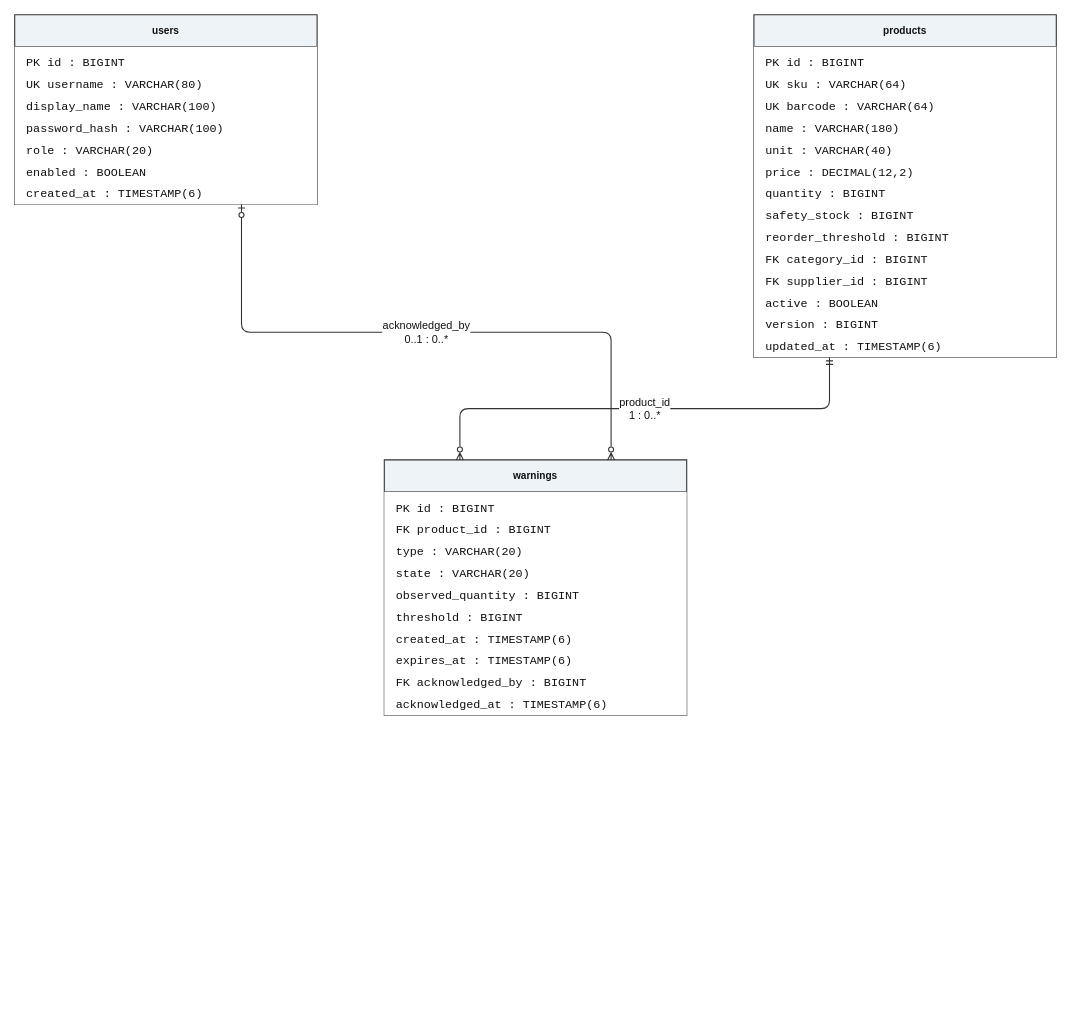
ZeroRegister/SupermarketsSystem keeps this draw.io diagram as thesis/figure-assets/diagrams/14-er-warnings.drawio. Above is the earlier version. Source tidied: cells renumbered, new cells numbered last; positions are measured from the earlier drawing's top-left corner, leaving out a move shared by most shapes. Both pictures are drawn from the tidied source at 84%, with x=0, y=0 at pixel (14, 14).
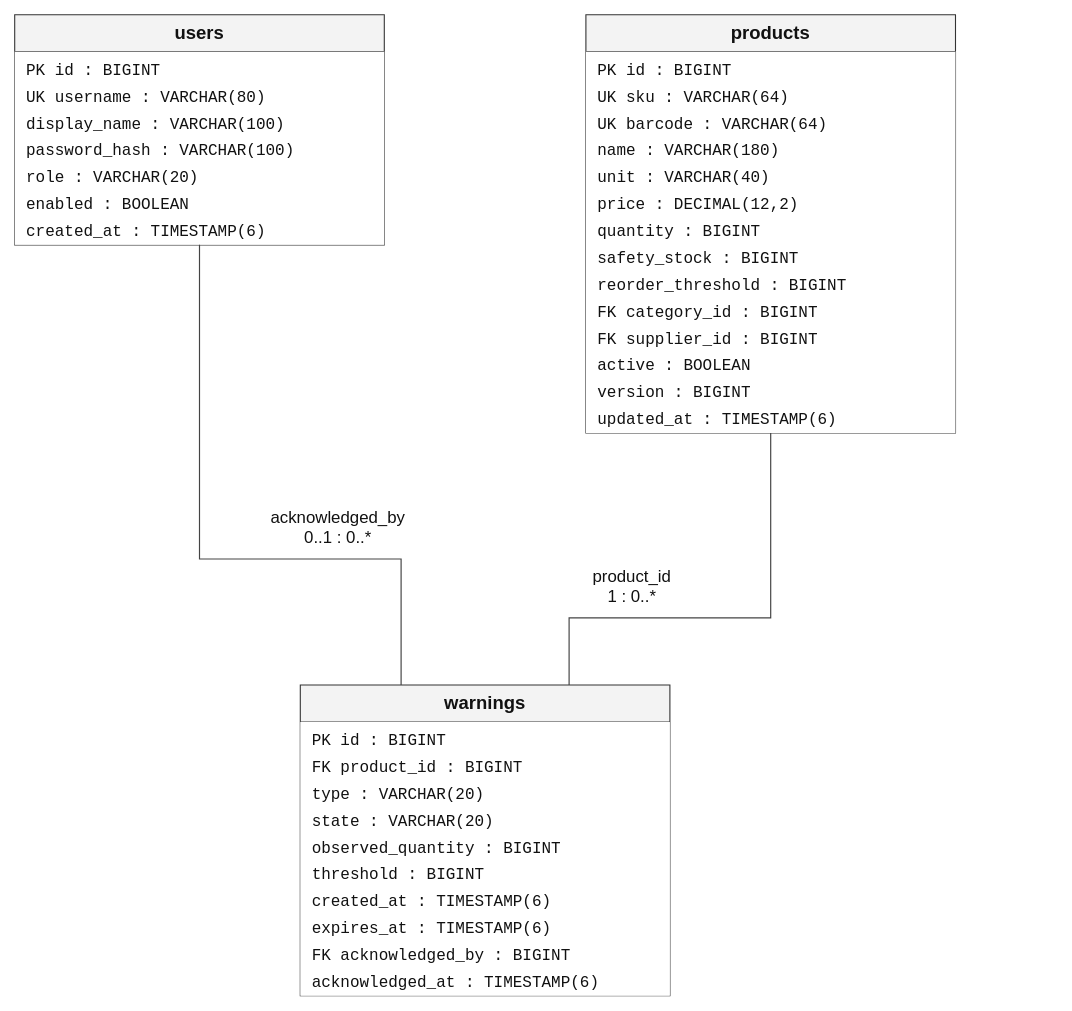
The same diagram, later.

Change to the diagram source:
```diff
@@
 <mxGraphModel background="#ffffff">
   <root>
     <mxCell id="0" />
     <mxCell id="1" parent="0" />
-    <mxCell id="2" value="users" style="whiteSpace=wrap;html=1;fontFamily=Arial;fontSize=16;fontColor=#111111;strokeColor=#333333;strokeWidth=1.3;rounded=0;fillColor=#ffffff;swimlane;startSize=38;fontStyle=1;fillColor=#eef3f8;" parent="1" vertex="1">
-      <mxGeometry width="360" height="226" as="geometry" />
+    <mxCell id="2" value="users" style="whiteSpace=wrap;html=1;fontFamily=Arial;fontSize=22;fontColor=#111111;strokeColor=#333333;strokeWidth=1.3;rounded=0;fillColor=#ffffff;swimlane;startSize=44;fontStyle=1;fillColor=#f3f3f3;fontSize=22;" parent="1" vertex="1">
+      <mxGeometry width="440" height="274" as="geometry" />
     </mxCell>
-    <mxCell id="3" value="&lt;div style=&quot;text-align:left;font-family:monospace;font-size:14px;line-height:26px&quot;&gt;PK  id : BIGINT&lt;br&gt;UK  username : VARCHAR(80)&lt;br&gt;    display_name : VARCHAR(100)&lt;br&gt;    password_hash : VARCHAR(100)&lt;br&gt;    role : VARCHAR(20)&lt;br&gt;    enabled : BOOLEAN&lt;br&gt;    created_at : TIMESTAMP(6)&lt;/div&gt;" style="whiteSpace=wrap;html=1;fontFamily=Arial;fontSize=16;fontColor=#111111;strokeColor=#333333;strokeWidth=1.3;rounded=0;fillColor=#ffffff;strokeColor=none;align=left;spacingLeft=12;verticalAlign=top;" parent="2" vertex="1">
-      <mxGeometry y="38" width="360" height="188" as="geometry" />
+    <mxCell id="3" value="&lt;div style=&quot;text-align:left;font-family:monospace;font-size:19px;line-height:32px&quot;&gt;PK  id : BIGINT&lt;br&gt;UK  username : VARCHAR(80)&lt;br&gt;    display_name : VARCHAR(100)&lt;br&gt;    password_hash : VARCHAR(100)&lt;br&gt;    role : VARCHAR(20)&lt;br&gt;    enabled : BOOLEAN&lt;br&gt;    created_at : TIMESTAMP(6)&lt;/div&gt;" style="whiteSpace=wrap;html=1;fontFamily=Arial;fontSize=22;fontColor=#111111;strokeColor=#333333;strokeWidth=1.3;rounded=0;fillColor=#ffffff;strokeColor=none;align=left;spacingLeft=12;verticalAlign=top;fontSize=22;" parent="2" vertex="1">
+      <mxGeometry y="44" width="440" height="230" as="geometry" />
     </mxCell>
-    <mxCell id="4" value="products" style="whiteSpace=wrap;html=1;fontFamily=Arial;fontSize=16;fontColor=#111111;strokeColor=#333333;strokeWidth=1.3;rounded=0;fillColor=#ffffff;swimlane;startSize=38;fontStyle=1;fillColor=#eef3f8;" parent="1" vertex="1">
-      <mxGeometry x="880" width="360" height="408" as="geometry" />
+    <mxCell id="4" value="products" style="whiteSpace=wrap;html=1;fontFamily=Arial;fontSize=22;fontColor=#111111;strokeColor=#333333;strokeWidth=1.3;rounded=0;fillColor=#ffffff;swimlane;startSize=44;fontStyle=1;fillColor=#f3f3f3;fontSize=22;" parent="1" vertex="1">
+      <mxGeometry x="680" width="440" height="498" as="geometry" />
     </mxCell>
-    <mxCell id="5" value="&lt;div style=&quot;text-align:left;font-family:monospace;font-size:14px;line-height:26px&quot;&gt;PK  id : BIGINT&lt;br&gt;UK  sku : VARCHAR(64)&lt;br&gt;UK  barcode : VARCHAR(64)&lt;br&gt;    name : VARCHAR(180)&lt;br&gt;    unit : VARCHAR(40)&lt;br&gt;    price : DECIMAL(12,2)&lt;br&gt;    quantity : BIGINT&lt;br&gt;    safety_stock : BIGINT&lt;br&gt;    reorder_threshold : BIGINT&lt;br&gt;FK  category_id : BIGINT&lt;br&gt;FK  supplier_id : BIGINT&lt;br&gt;    active : BOOLEAN&lt;br&gt;    version : BIGINT&lt;br&gt;    updated_at : TIMESTAMP(6)&lt;/div&gt;" style="whiteSpace=wrap;html=1;fontFamily=Arial;fontSize=16;fontColor=#111111;strokeColor=#333333;strokeWidth=1.3;rounded=0;fillColor=#ffffff;strokeColor=none;align=left;spacingLeft=12;verticalAlign=top;" parent="4" vertex="1">
-      <mxGeometry y="38" width="360" height="370" as="geometry" />
+    <mxCell id="5" value="&lt;div style=&quot;text-align:left;font-family:monospace;font-size:19px;line-height:32px&quot;&gt;PK  id : BIGINT&lt;br&gt;UK  sku : VARCHAR(64)&lt;br&gt;UK  barcode : VARCHAR(64)&lt;br&gt;    name : VARCHAR(180)&lt;br&gt;    unit : VARCHAR(40)&lt;br&gt;    price : DECIMAL(12,2)&lt;br&gt;    quantity : BIGINT&lt;br&gt;    safety_stock : BIGINT&lt;br&gt;    reorder_threshold : BIGINT&lt;br&gt;FK  category_id : BIGINT&lt;br&gt;FK  supplier_id : BIGINT&lt;br&gt;    active : BOOLEAN&lt;br&gt;    version : BIGINT&lt;br&gt;    updated_at : TIMESTAMP(6)&lt;/div&gt;" style="whiteSpace=wrap;html=1;fontFamily=Arial;fontSize=22;fontColor=#111111;strokeColor=#333333;strokeWidth=1.3;rounded=0;fillColor=#ffffff;strokeColor=none;align=left;spacingLeft=12;verticalAlign=top;fontSize=22;" parent="4" vertex="1">
+      <mxGeometry y="44" width="440" height="454" as="geometry" />
     </mxCell>
-    <mxCell id="6" value="warnings" style="whiteSpace=wrap;html=1;fontFamily=Arial;fontSize=16;fontColor=#111111;strokeColor=#333333;strokeWidth=1.3;rounded=0;fillColor=#ffffff;swimlane;startSize=38;fontStyle=1;fillColor=#eef3f8;" parent="1" vertex="1">
-      <mxGeometry x="440" y="530" width="360" height="304" as="geometry" />
+    <mxCell id="6" value="warnings" style="whiteSpace=wrap;html=1;fontFamily=Arial;fontSize=22;fontColor=#111111;strokeColor=#333333;strokeWidth=1.3;rounded=0;fillColor=#ffffff;swimlane;startSize=44;fontStyle=1;fillColor=#f3f3f3;fontSize=22;" parent="1" vertex="1">
+      <mxGeometry x="340" y="798" width="440" height="370" as="geometry" />
     </mxCell>
-    <mxCell id="7" value="&lt;div style=&quot;text-align:left;font-family:monospace;font-size:14px;line-height:26px&quot;&gt;PK  id : BIGINT&lt;br&gt;FK  product_id : BIGINT&lt;br&gt;    type : VARCHAR(20)&lt;br&gt;    state : VARCHAR(20)&lt;br&gt;    observed_quantity : BIGINT&lt;br&gt;    threshold : BIGINT&lt;br&gt;    created_at : TIMESTAMP(6)&lt;br&gt;    expires_at : TIMESTAMP(6)&lt;br&gt;FK  acknowledged_by : BIGINT&lt;br&gt;    acknowledged_at : TIMESTAMP(6)&lt;/div&gt;" style="whiteSpace=wrap;html=1;fontFamily=Arial;fontSize=16;fontColor=#111111;strokeColor=#333333;strokeWidth=1.3;rounded=0;fillColor=#ffffff;strokeColor=none;align=left;spacingLeft=12;verticalAlign=top;" parent="6" vertex="1">
-      <mxGeometry y="38" width="360" height="266" as="geometry" />
+    <mxCell id="7" value="&lt;div style=&quot;text-align:left;font-family:monospace;font-size:19px;line-height:32px&quot;&gt;PK  id : BIGINT&lt;br&gt;FK  product_id : BIGINT&lt;br&gt;    type : VARCHAR(20)&lt;br&gt;    state : VARCHAR(20)&lt;br&gt;    observed_quantity : BIGINT&lt;br&gt;    threshold : BIGINT&lt;br&gt;    created_at : TIMESTAMP(6)&lt;br&gt;    expires_at : TIMESTAMP(6)&lt;br&gt;FK  acknowledged_by : BIGINT&lt;br&gt;    acknowledged_at : TIMESTAMP(6)&lt;/div&gt;" style="whiteSpace=wrap;html=1;fontFamily=Arial;fontSize=22;fontColor=#111111;strokeColor=#333333;strokeWidth=1.3;rounded=0;fillColor=#ffffff;strokeColor=none;align=left;spacingLeft=12;verticalAlign=top;fontSize=22;" parent="6" vertex="1">
+      <mxGeometry y="44" width="440" height="326" as="geometry" />
     </mxCell>
-    <mxCell id="8" value="acknowledged_by&#10;0..1 : 0..*" style="whiteSpace=wrap;html=1;fontFamily=Arial;fontSize=16;fontColor=#111111;strokeColor=#333333;strokeWidth=1.3;edgeStyle=orthogonalEdgeStyle;rounded=1;jettySize=auto;fontSize=13;whiteSpace=nowrap;labelBackgroundColor=#ffffff;endArrow=block;endFill=1;exitX=0.75;exitY=1;entryX=0.75;entryY=0;endArrow=ERzeroToMany;startArrow=ERzeroToOne;endFill=0;startFill=0;" parent="1" edge="1" source="2" target="6">
-      <mxGeometry relative="1" as="geometry" />
+    <mxCell id="8" style="html=1;rounded=0;strokeColor=#444444;strokeWidth=1.4;endArrow=none;endFill=1;" parent="1" edge="1">
+      <mxGeometry relative="1" as="geometry">
+        <mxPoint x="220" y="274" as="sourcePoint" />
+        <mxPoint x="460" y="798" as="targetPoint" />
+        <Array as="points">
+          <mxPoint x="220" y="648" />
+          <mxPoint x="460" y="648" />
+        </Array>
+      </mxGeometry>
     </mxCell>
-    <mxCell id="9" value="product_id&#10;1 : 0..*" style="whiteSpace=wrap;html=1;fontFamily=Arial;fontSize=16;fontColor=#111111;strokeColor=#333333;strokeWidth=1.3;edgeStyle=orthogonalEdgeStyle;rounded=1;jettySize=auto;fontSize=13;whiteSpace=nowrap;labelBackgroundColor=#ffffff;endArrow=block;endFill=1;exitX=0.25;exitY=1;entryX=0.25;entryY=0;endArrow=ERzeroToMany;startArrow=ERmandOne;endFill=0;startFill=0;" parent="1" edge="1" source="4" target="6">
-      <mxGeometry relative="1" as="geometry" />
+    <mxCell id="9" value="acknowledged_by&#10;0..1 : 0..*" style="whiteSpace=wrap;html=1;fontFamily=Arial;fontSize=22;fontColor=#111111;strokeColor=#333333;strokeWidth=1.3;rounded=0;fillColor=#ffffff;strokeColor=none;fillColor=#ffffff;fontSize=20;fontSize=20;" parent="1" vertex="1">
+      <mxGeometry x="260" y="578" width="250" height="64" as="geometry" />
     </mxCell>
+    <mxCell id="10" style="html=1;rounded=0;strokeColor=#444444;strokeWidth=1.4;endArrow=none;endFill=1;" parent="1" edge="1">
+      <mxGeometry relative="1" as="geometry">
+        <mxPoint x="900" y="498" as="sourcePoint" />
+        <mxPoint x="660" y="798" as="targetPoint" />
+        <Array as="points">
+          <mxPoint x="900" y="718" />
+          <mxPoint x="660" y="718" />
+        </Array>
+      </mxGeometry>
+    </mxCell>
+    <mxCell id="11" value="product_id&#10;1 : 0..*" style="whiteSpace=wrap;html=1;fontFamily=Arial;fontSize=22;fontColor=#111111;strokeColor=#333333;strokeWidth=1.3;rounded=0;fillColor=#ffffff;strokeColor=none;fillColor=#ffffff;fontSize=20;fontSize=20;" parent="1" vertex="1">
+      <mxGeometry x="610" y="648" width="250" height="64" as="geometry" />
+    </mxCell>
   </root>
 </mxGraphModel>
```
